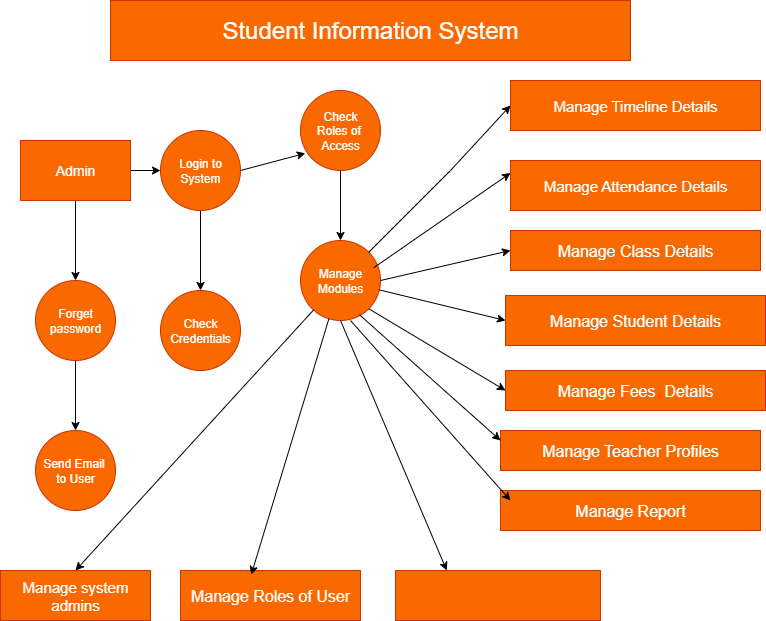
This is Student_Information_System .drawio.png from jyothsnakotamsetti7-arch/lifecycle-_of-_DevOps, a draw.io export, as it was before one commit. Source tidied: cells renumbered, new cells last; positions are measured from the earlier drawing's top-left corner, leaving out a move shared by most shapes.
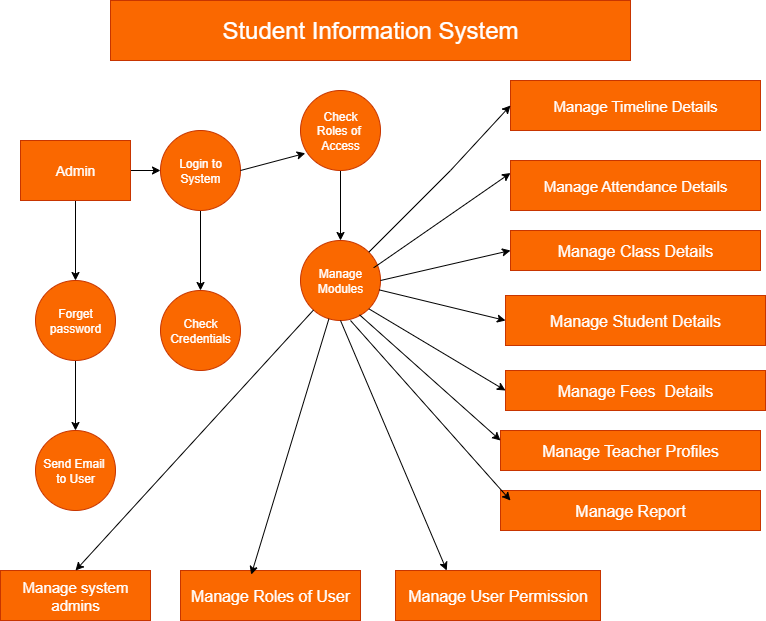
After the change.

Diff of the diagram source:
```diff
@@ -103,7 +103,7 @@
     <mxCell id="31" value="Manage Roles of User" style="rounded=0;whiteSpace=wrap;html=1;fillColor=#fa6800;fontColor=#FFFFFF;strokeColor=#C73500;fontSize=16;" parent="1" vertex="1">
       <mxGeometry x="180" y="570" width="180" height="50" as="geometry" />
     </mxCell>
-    <mxCell id="32" style="rounded=0;whiteSpace=wrap;html=1;fillColor=#fa6800;fontColor=#FFFFFF;strokeColor=#C73500;fontSize=16;" parent="1" vertex="1">
+    <mxCell id="32" value="Manage User Permission" style="rounded=0;whiteSpace=wrap;html=1;fillColor=#fa6800;fontColor=#FFFFFF;strokeColor=#C73500;fontSize=16;" parent="1" vertex="1">
       <mxGeometry x="395" y="570" width="205" height="50" as="geometry" />
     </mxCell>
     <mxCell id="33" style="endArrow=classic;html=1;rounded=0;entryX=0;entryY=0.25;entryDx=0;entryDy=0;exitX=0.262;exitY=0.071;exitDx=0;exitDy=0;exitPerimeter=0;" parent="1" edge="1" source="15" target="20">
```
